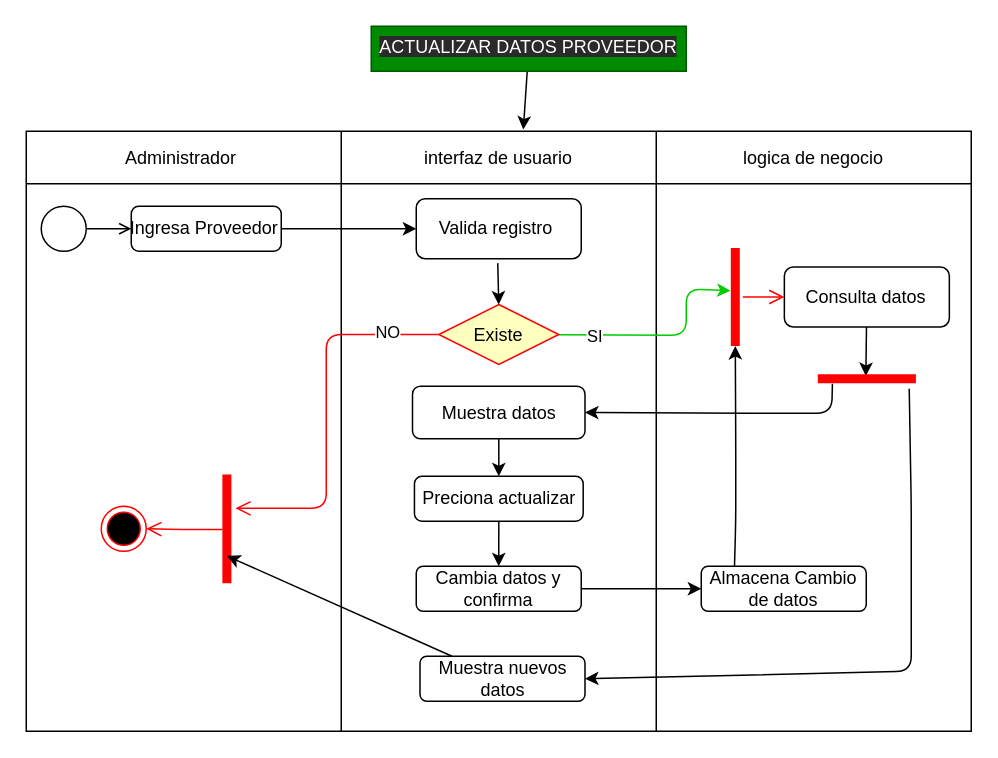
DavidArtavia/Activity_Diagram- keeps this draw.io diagram as Diagramas_Actividad/DAA.4.3.drawio. Above is the earlier version. Source tidied: cells renumbered, new cells numbered last; positions are measured from the earlier drawing's top-left corner, leaving out a move shared by most shapes. Both pictures are drawn from the tidied source at 150%, with x=0, y=0 at pixel (26, 26).
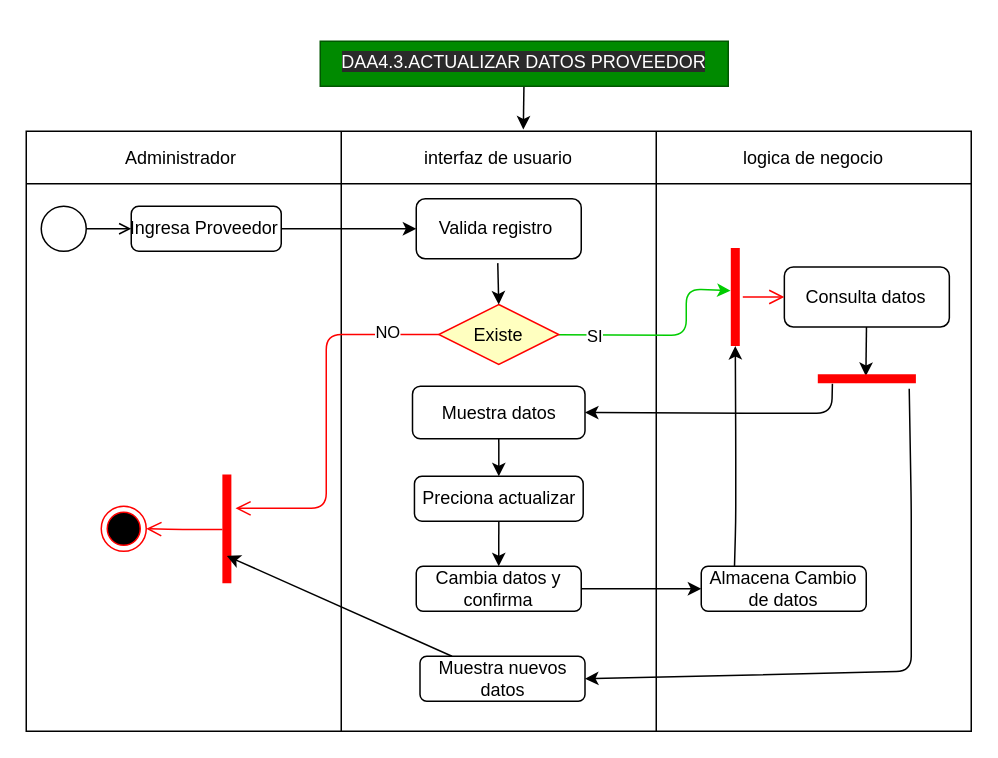
Above is the later version.

What changed in the source:
```diff
@@
-    <mxCell id="28" value="&lt;span style=&quot;color: rgb(255 , 255 , 255) ; font-family: &amp;#34;helvetica&amp;#34; ; font-size: 12px ; font-style: normal ; font-weight: 400 ; letter-spacing: normal ; text-indent: 0px ; text-transform: none ; word-spacing: 0px ; background-color: rgb(42 , 42 , 42) ; display: inline ; float: none&quot;&gt;ACTUALIZAR DATOS PROVEEDOR&lt;br&gt;&lt;br&gt;&lt;/span&gt;" style="text;whiteSpace=wrap;html=1;fillColor=#008a00;fontColor=#ffffff;strokeColor=#005700;align=center;" parent="1" vertex="1">
-      <mxGeometry x="230" width="210" height="30" as="geometry" />
+    <mxCell id="28" value="&lt;span style=&quot;color: rgb(255 , 255 , 255) ; font-family: &amp;#34;helvetica&amp;#34; ; font-size: 12px ; font-style: normal ; font-weight: 400 ; letter-spacing: normal ; text-indent: 0px ; text-transform: none ; word-spacing: 0px ; background-color: rgb(42 , 42 , 42) ; display: inline ; float: none&quot;&gt;DAA4.3.ACTUALIZAR DATOS PROVEEDOR&lt;br&gt;&lt;br&gt;&lt;/span&gt;" style="text;whiteSpace=wrap;html=1;fillColor=#008a00;fontColor=#ffffff;strokeColor=#005700;align=center;" parent="1" vertex="1">
+      <mxGeometry x="196" y="10" width="272" height="30" as="geometry" />
     </mxCell>
```
